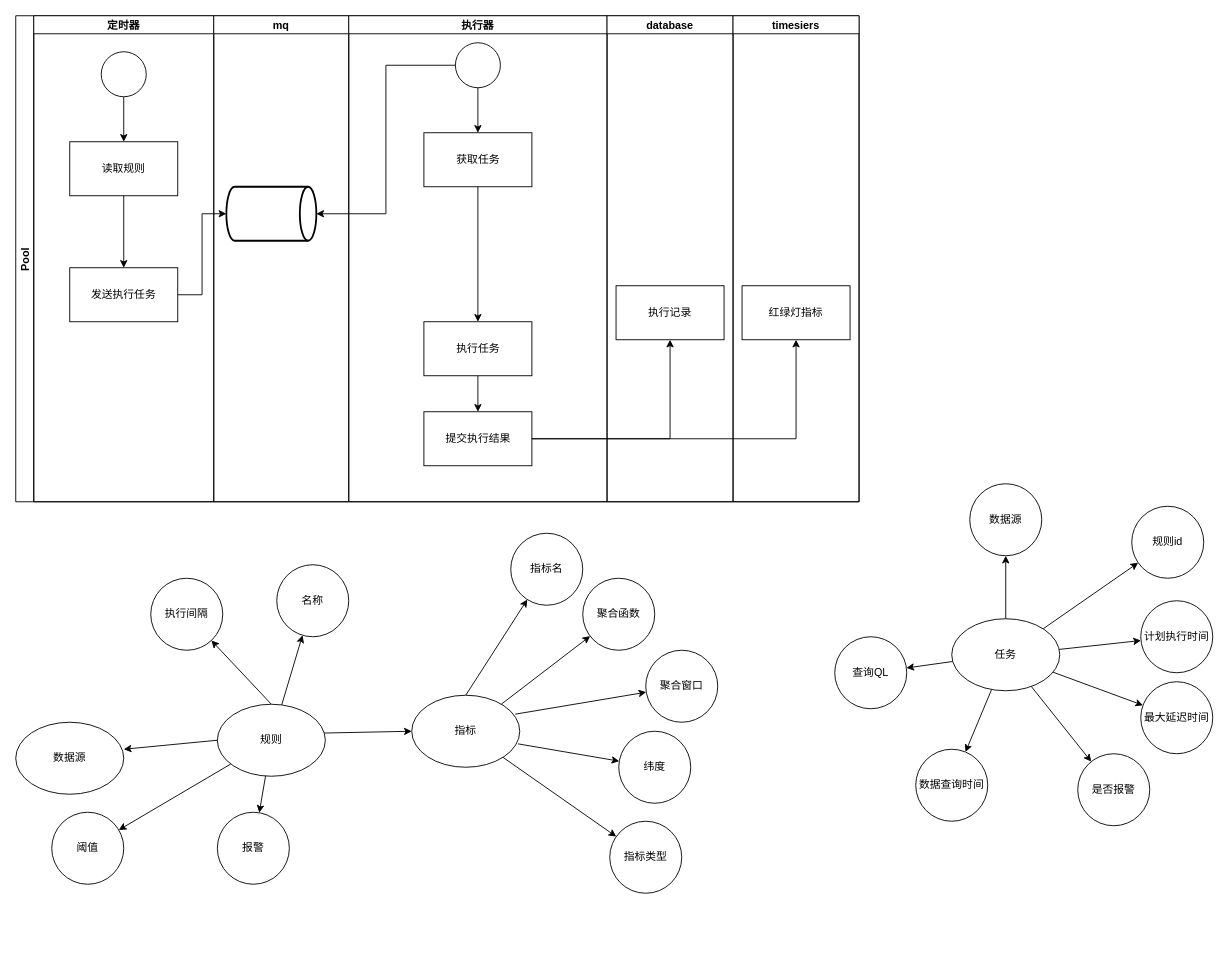
This is 红绿灯.drawio from biuboombiuboom/mydrawio, a draw.io file, before an edit. Source tidied: cells renumbered, new cells numbered last; positions are measured from the earlier drawing's top-left corner, leaving out a move shared by most shapes. Both pictures are drawn from the tidied source at 90%, with x=0, y=0 at pixel (15, 15).
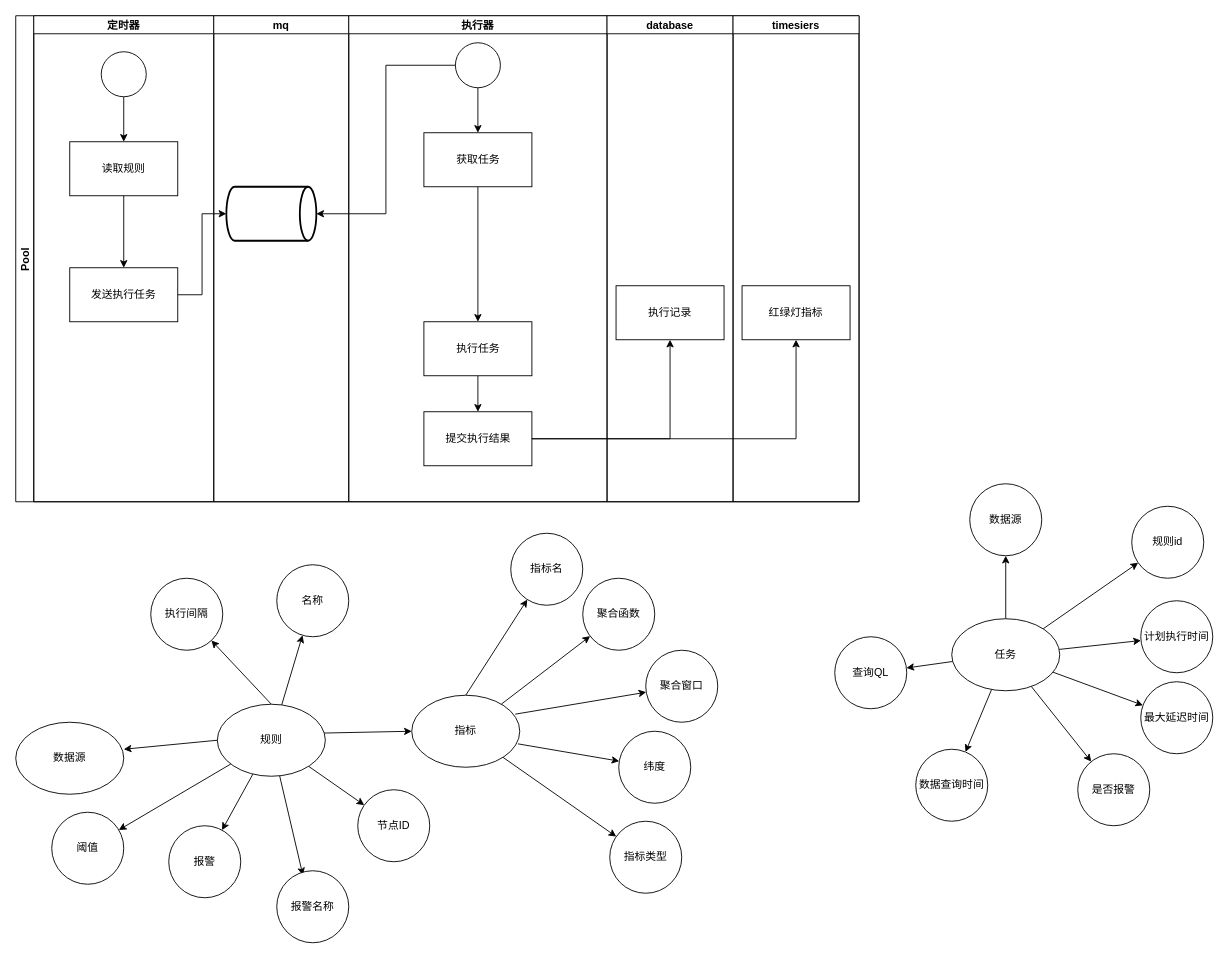
The same diagram, later.

Commit message:
更新红绿灯.drawio

The change refers to these unchanged cells:
```xml
<mxCell id="41" value="规则" style="ellipse;whiteSpace=wrap;html=1;" parent="1" vertex="1">
  <mxGeometry x="224" y="765" width="120" height="80" as="geometry" />
</mxCell>
```

The edit, as a diff of the source:
```diff
@@
+    <mxCell id="65" style="rounded=0;jettySize=auto;html=1;" parent="1" edge="1" source="41" target="67">
+      <mxGeometry relative="1" as="geometry" />
+    </mxCell>
+    <mxCell id="66" style="rounded=0;jettySize=auto;html=1;entryX=0.363;entryY=0.063;entryDx=0;entryDy=0;entryPerimeter=0;" parent="1" edge="1" source="41" target="68">
+      <mxGeometry relative="1" as="geometry" />
+    </mxCell>
@@
     <mxCell id="48" value="报警" style="ellipse;whiteSpace=wrap;html=1;" parent="1" vertex="1">
-      <mxGeometry x="224" y="885" width="80" height="80" as="geometry" />
+      <mxGeometry x="170" y="900" width="80" height="80" as="geometry" />
     </mxCell>
@@
+    <mxCell id="67" value="节点ID" style="ellipse;whiteSpace=wrap;html=1;" parent="1" vertex="1">
+      <mxGeometry x="380" y="860" width="80" height="80" as="geometry" />
+    </mxCell>
+    <mxCell id="68" value="报警名称" style="ellipse;whiteSpace=wrap;html=1;" parent="1" vertex="1">
+      <mxGeometry x="290" y="950" width="80" height="80" as="geometry" />
+    </mxCell>
```
